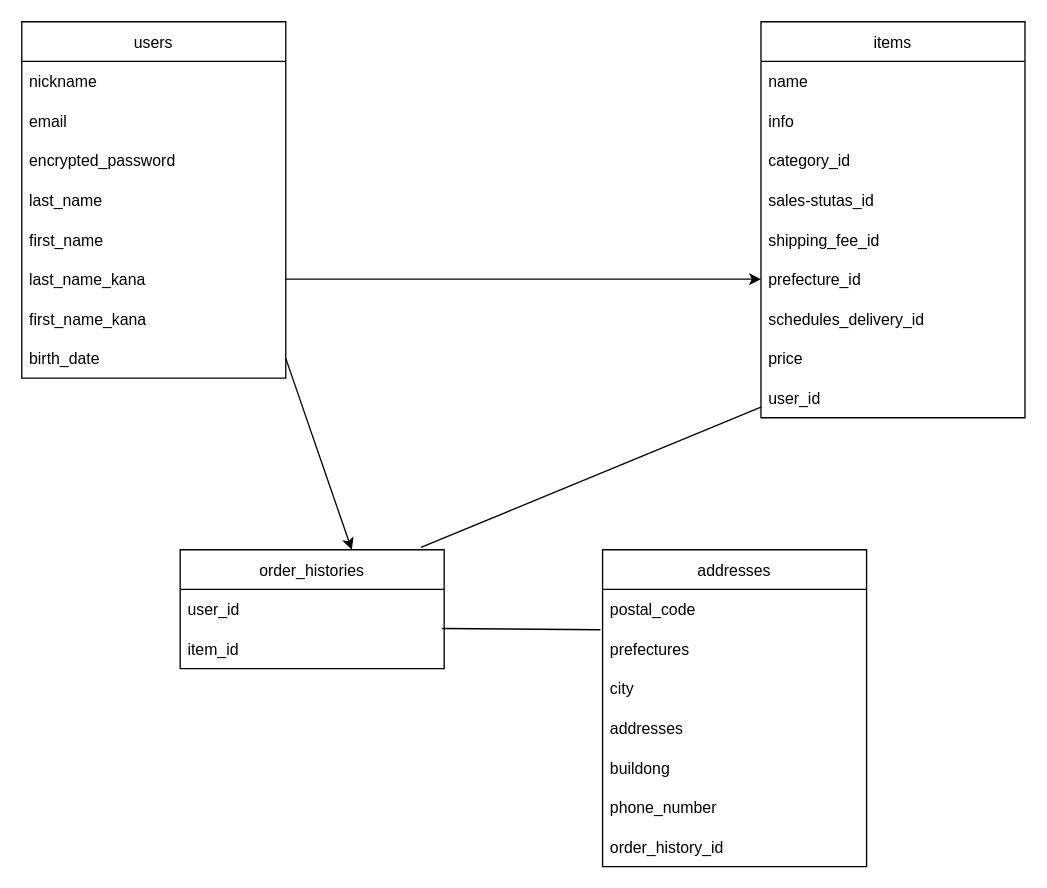
Above: furima.dio in Kazuki10peace/furima-37023 (draw.io), before the change. Source tidied: cells renumbered, new cells numbered last; positions are measured from the earlier drawing's top-left corner, leaving out a move shared by most shapes. Both pictures are drawn from the tidied source at 132%, with x=0, y=0 at pixel (21, 21).
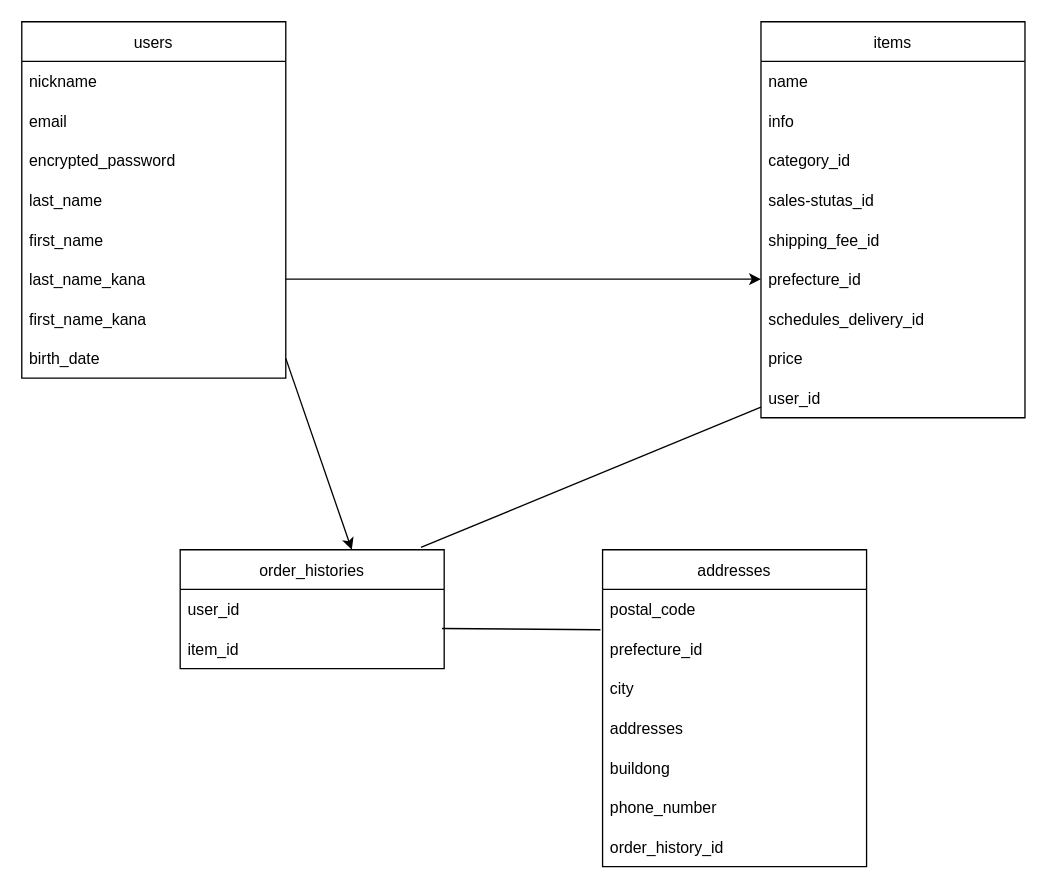
The same diagram, later.

The change refers to these unchanged cells:
```xml
<mxCell id="22" value="addresses" style="swimlane;fontStyle=0;horizontal=1;startSize=30;" parent="1" vertex="1">
  <mxGeometry x="440" y="400" width="200" height="240" as="geometry" />
</mxCell>
```

The edit, as a diff of the source:
```diff
@@
-    <mxCell id="24" value="prefectures" style="text;strokeColor=none;fillColor=none;align=left;verticalAlign=middle;spacingLeft=4;spacingRight=4;overflow=hidden;" parent="22" vertex="1">
+    <mxCell id="24" value="prefecture_id" style="text;strokeColor=none;fillColor=none;align=left;verticalAlign=middle;spacingLeft=4;spacingRight=4;overflow=hidden;" parent="22" vertex="1">
       <mxGeometry y="60" width="200" height="30" as="geometry" />
     </mxCell>
```
